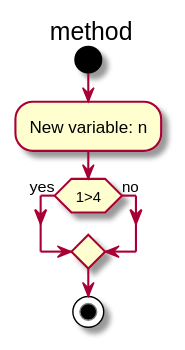
afmoyar/Java-Documentator keeps this PlantUML diagram as Java-documentator/Documentation/images/Method_method_diagram.svg. Above is the earlier version.
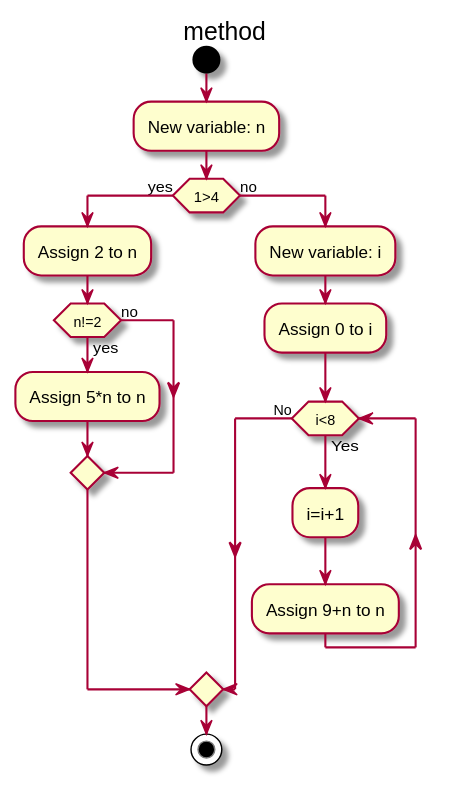
After the change.

Diff of the diagram source:
```diff
@@ -3,7 +3,18 @@
 start
 :New variable: n;
 if (1>4) then (yes)
+:Assign 2 to n;
+if (n!=2) then (yes)
+:Assign 5*n to n;
 else (no)
+endif
+else (no)
+:New variable: i;
+:Assign 0 to i;
+while (i<8) is (Yes)
+:i=i+1;
+:Assign 9+n to n;
+endwhile (No)
 endif
 stop
 @enduml
```
